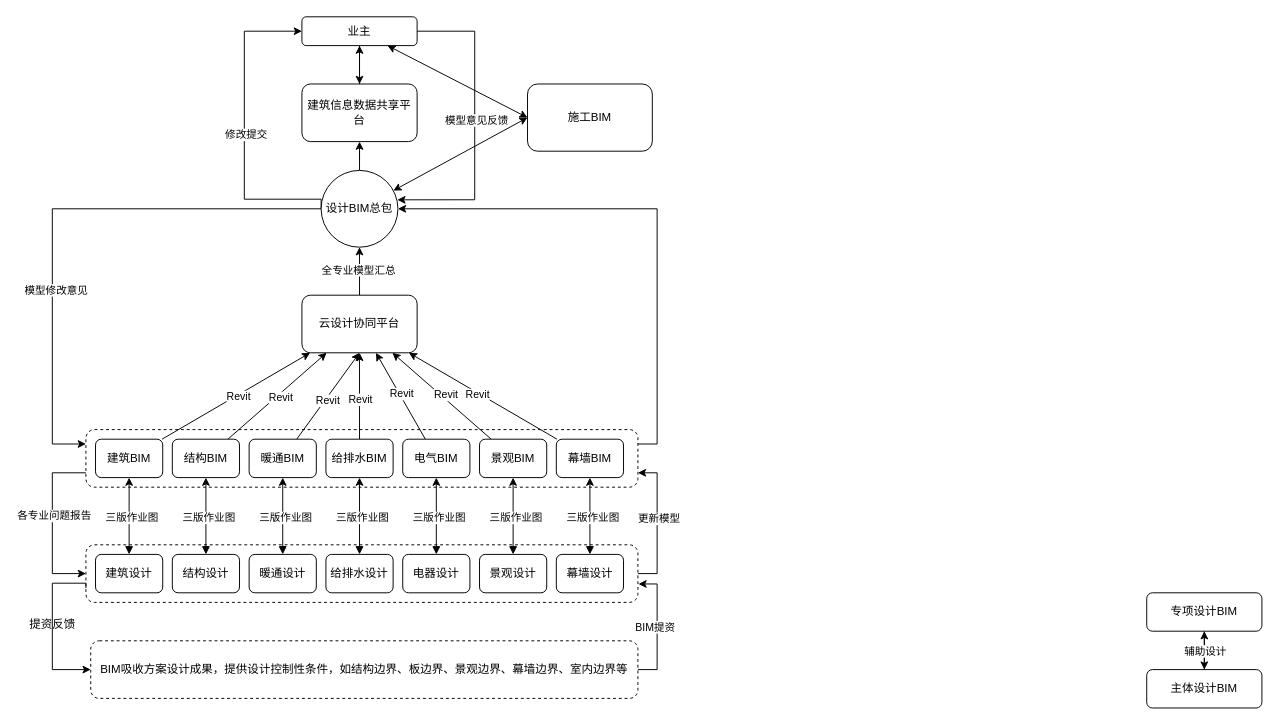
Above: BIM总包.drawio in gaochaowyq/MinderGraph (draw.io), before the change. Source tidied: cells renumbered, new cells numbered last; positions are measured from the earlier drawing's top-left corner, leaving out a move shared by most shapes. Both pictures are drawn from the tidied source at 96%, with x=0, y=0 at pixel (18, 16).
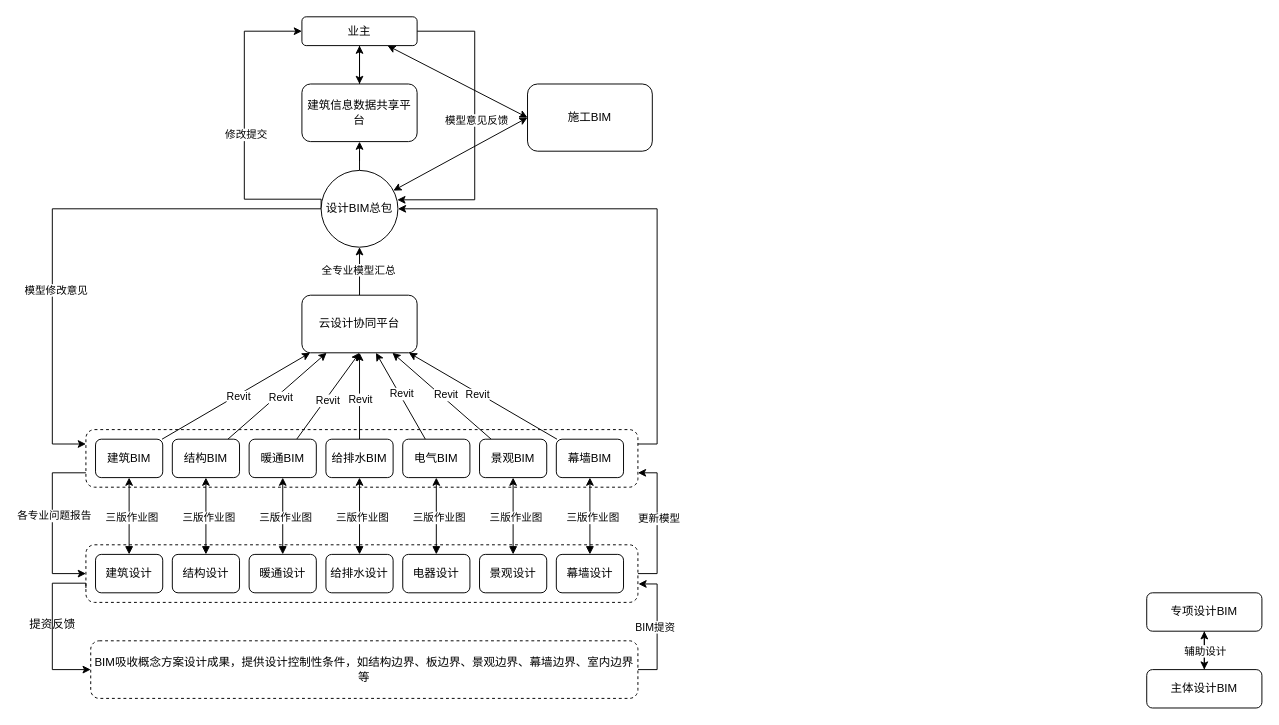
After the change.

Change to the diagram source:
```diff
@@
-    <mxCell id="76" value="BIM吸收方案设计成果，提供设计控制性条件，如结构边界、板边界、景观边界、幕墙边界、室内边界等" style="rounded=1;whiteSpace=wrap;html=1;dashed=1;" parent="1" vertex="1">
+    <mxCell id="76" value="BIM吸收概念方案设计成果，提供设计控制性条件，如结构边界、板边界、景观边界、幕墙边界、室内边界等" style="rounded=1;whiteSpace=wrap;html=1;dashed=1;" parent="1" vertex="1">
       <mxGeometry x="75" y="650" width="570" height="60" as="geometry" />
     </mxCell>
```
